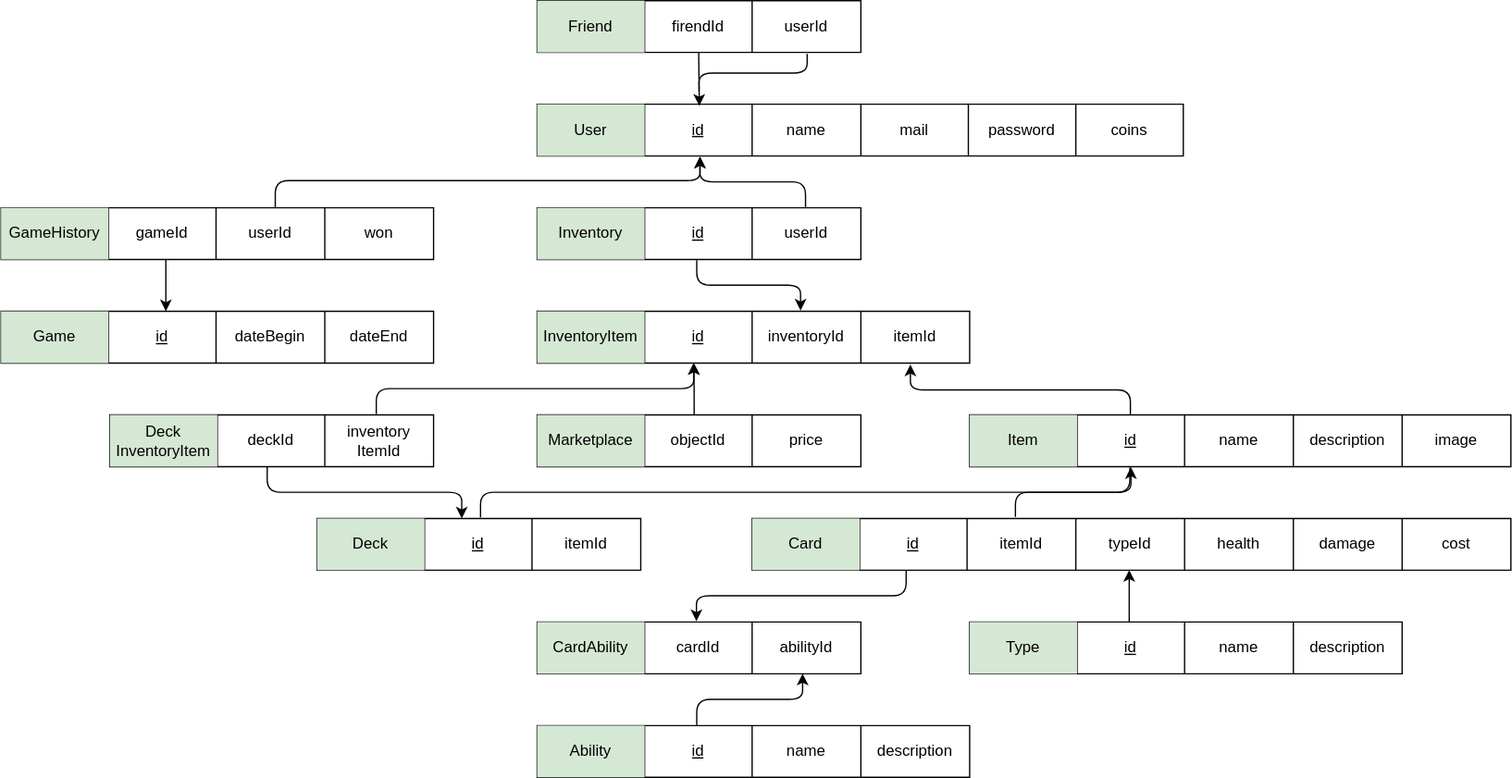
This is diagrams/database/relation_schema.drawio.svg from i3ene/decksterous, a draw.io export, as it was before one commit. Source tidied: cells renumbered, new cells last; positions are measured from the earlier drawing's top-left corner, leaving out a move shared by most shapes.
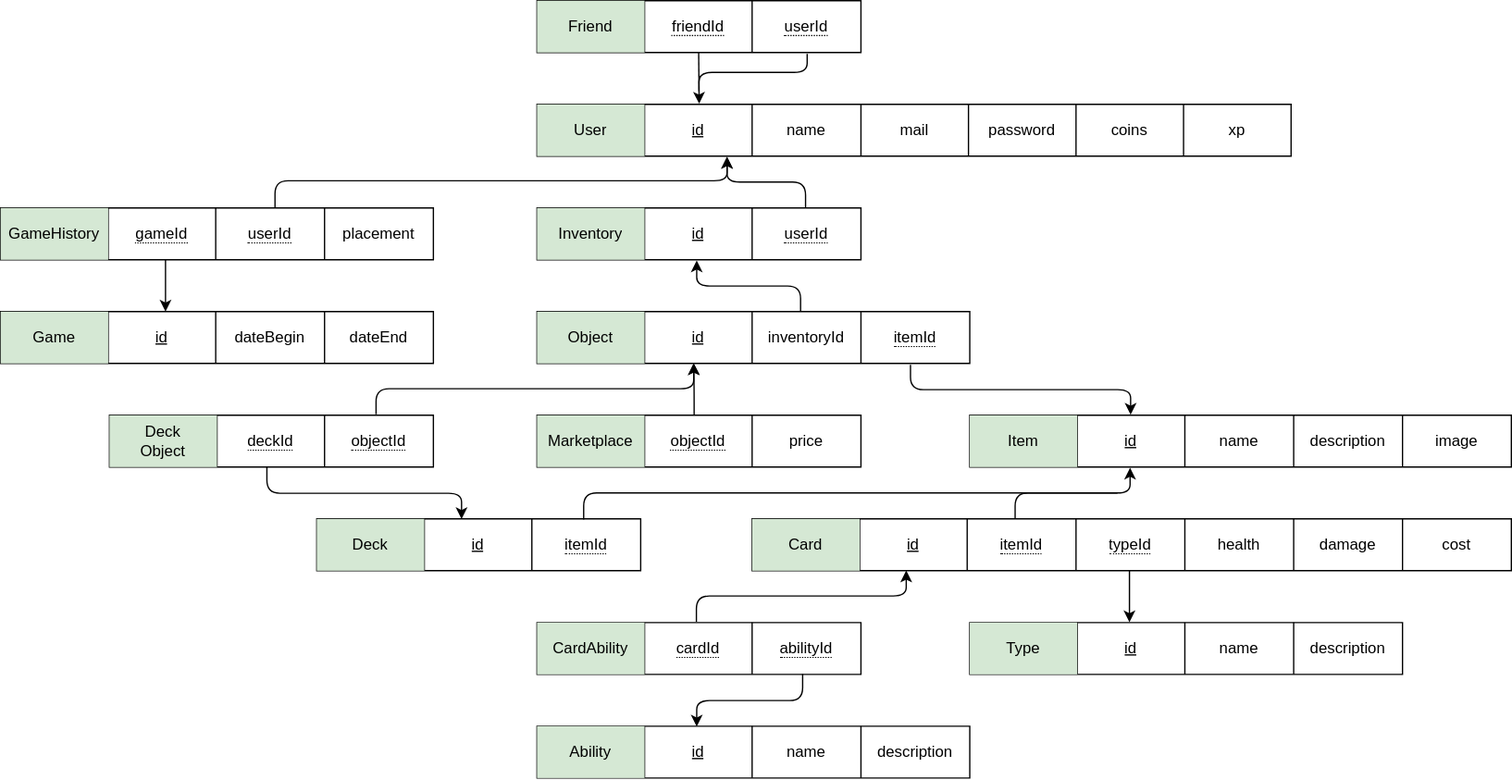
After the commit.

Commit message:
updated EER and Relation Schema

The edit, as a diff of the source:
```diff
@@ -5,6 +5,6 @@
     <mxCell id="2" style="shape=table;html=1;whiteSpace=wrap;startSize=0;" parent="1" vertex="1">
-      <mxGeometry x="414" y="80" width="499" height="40" as="geometry" />
+      <mxGeometry x="414" y="80" width="582" height="40" as="geometry" />
     </mxCell>
     <mxCell id="3" style="shape=tableRow;horizontal=0;startSize=0;swimlaneHead=0;swimlaneBody=0;top=0;left=0;bottom=0;right=0;fillColor=none;points=[[0,0.5],[1,0.5]];portConstraint=eastwest;" parent="2" vertex="1">
-      <mxGeometry width="499" height="40" as="geometry" />
+      <mxGeometry width="582" height="40" as="geometry" />
     </mxCell>
@@ -28,2 +28,5 @@
     </mxCell>
+    <mxCell id="101" value="xp" style="shape=partialRectangle;html=1;whiteSpace=wrap;fillColor=none;top=0;left=0;bottom=0;right=0;overflow=hidden;" parent="3" vertex="1">
+      <mxGeometry x="499" width="83" height="40" as="geometry" />
+    </mxCell>
     <mxCell id="10" style="shape=table;html=1;whiteSpace=wrap;startSize=0;" parent="1" vertex="1">
@@ -40,3 +43,3 @@
     </mxCell>
-    <mxCell id="14" value="userId" style="shape=partialRectangle;html=1;whiteSpace=wrap;fillColor=none;top=0;left=0;bottom=0;right=0;overflow=hidden;" parent="11" vertex="1">
+    <mxCell id="14" value="&lt;span style=&quot;border-bottom: 1px dotted&quot;&gt;userId&lt;/span&gt;" style="shape=partialRectangle;html=1;whiteSpace=wrap;fillColor=none;top=0;left=0;bottom=0;right=0;overflow=hidden;" parent="11" vertex="1">
       <mxGeometry x="166" width="84" height="40" as="geometry" />
@@ -59,9 +62,9 @@
     </mxCell>
-    <mxCell id="19" value="firendId" style="shape=partialRectangle;html=1;whiteSpace=wrap;fillColor=none;top=0;left=0;bottom=0;right=0;overflow=hidden;" parent="17" vertex="1">
+    <mxCell id="19" value="&lt;span style=&quot;border-bottom: 1px dotted&quot;&gt;friendId&lt;/span&gt;" style="shape=partialRectangle;html=1;whiteSpace=wrap;fillColor=none;top=0;left=0;bottom=0;right=0;overflow=hidden;" parent="17" vertex="1">
       <mxGeometry x="83" width="83" height="40" as="geometry" />
     </mxCell>
-    <mxCell id="20" value="userId" style="shape=partialRectangle;html=1;whiteSpace=wrap;fillColor=none;top=0;left=0;bottom=0;right=0;overflow=hidden;" parent="17" vertex="1">
+    <mxCell id="20" value="&lt;span style=&quot;border-bottom: 1px dotted&quot;&gt;userId&lt;/span&gt;" style="shape=partialRectangle;html=1;whiteSpace=wrap;fillColor=none;top=0;left=0;bottom=0;right=0;overflow=hidden;" parent="17" vertex="1">
       <mxGeometry x="166" width="84" height="40" as="geometry" />
     </mxCell>
-    <mxCell id="21" style="endArrow=classic;html=1;entryX=0.251;entryY=0.031;entryDx=0;entryDy=0;entryPerimeter=0;exitX=0.499;exitY=1;exitDx=0;exitDy=0;exitPerimeter=0;" parent="1" edge="1" source="17" target="3">
+    <mxCell id="21" style="endArrow=classic;html=1;entryX=0.215;entryY=-0.013;entryDx=0;entryDy=0;entryPerimeter=0;exitX=0.499;exitY=1;exitDx=0;exitDy=0;exitPerimeter=0;" parent="1" edge="1" source="17" target="3">
       <mxGeometry relative="1" as="geometry" />
@@ -79,3 +82,3 @@
     </mxCell>
-    <mxCell id="25" value="InventoryItem" style="shape=partialRectangle;html=1;whiteSpace=wrap;fillColor=#d5e8d4;top=0;left=0;bottom=0;right=0;overflow=hidden;strokeColor=#82b366;" parent="24" vertex="1">
+    <mxCell id="25" value="Object" style="shape=partialRectangle;html=1;whiteSpace=wrap;fillColor=#d5e8d4;top=0;left=0;bottom=0;right=0;overflow=hidden;strokeColor=#82b366;" parent="24" vertex="1">
       <mxGeometry width="83" height="40" as="geometry" />
@@ -88,6 +91,6 @@
     </mxCell>
-    <mxCell id="28" value="itemId" style="shape=partialRectangle;html=1;whiteSpace=wrap;fillColor=none;top=0;left=0;bottom=0;right=0;overflow=hidden;" parent="24" vertex="1">
+    <mxCell id="28" value="&lt;span style=&quot;border-bottom: 1px dotted&quot;&gt;itemId&lt;/span&gt;" style="shape=partialRectangle;html=1;whiteSpace=wrap;fillColor=none;top=0;left=0;bottom=0;right=0;overflow=hidden;" parent="24" vertex="1">
       <mxGeometry x="250" width="84" height="40" as="geometry" />
     </mxCell>
-    <mxCell id="29" style="endArrow=classic;html=1;exitX=0.493;exitY=1.013;exitDx=0;exitDy=0;exitPerimeter=0;entryX=0.609;entryY=-0.014;entryDx=0;entryDy=0;entryPerimeter=0;edgeStyle=elbowEdgeStyle;elbow=vertical;" parent="1" edge="1" source="11" target="24">
+    <mxCell id="29" style="endArrow=none;html=1;exitX=0.493;exitY=1.013;exitDx=0;exitDy=0;exitPerimeter=0;entryX=0.609;entryY=-0.014;entryDx=0;entryDy=0;entryPerimeter=0;edgeStyle=elbowEdgeStyle;elbow=vertical;startArrow=classic;startFill=1;endFill=0;" parent="1" edge="1" source="11" target="24">
       <mxGeometry relative="1" as="geometry" />
@@ -115,3 +118,3 @@
     </mxCell>
-    <mxCell id="37" style="endArrow=classic;html=1;entryX=0.863;entryY=1.027;entryDx=0;entryDy=0;entryPerimeter=0;exitX=0.297;exitY=-0.01;exitDx=0;exitDy=0;exitPerimeter=0;edgeStyle=elbowEdgeStyle;elbow=vertical;" parent="1" edge="1" source="31" target="24">
+    <mxCell id="37" style="endArrow=none;html=1;entryX=0.863;entryY=1.027;entryDx=0;entryDy=0;entryPerimeter=0;exitX=0.297;exitY=-0.01;exitDx=0;exitDy=0;exitPerimeter=0;edgeStyle=elbowEdgeStyle;elbow=vertical;startArrow=classic;startFill=1;endFill=0;" parent="1" edge="1" source="31" target="24">
       <mxGeometry relative="1" as="geometry" />
@@ -130,6 +133,6 @@
     </mxCell>
-    <mxCell id="42" value="itemId" style="shape=partialRectangle;html=1;whiteSpace=wrap;fillColor=none;top=0;left=0;bottom=0;right=0;overflow=hidden;" parent="39" vertex="1">
+    <mxCell id="42" value="&lt;span style=&quot;border-bottom: 1px dotted&quot;&gt;itemId&lt;/span&gt;" style="shape=partialRectangle;html=1;whiteSpace=wrap;fillColor=none;top=0;left=0;bottom=0;right=0;overflow=hidden;" parent="39" vertex="1">
       <mxGeometry x="166" width="84" height="40" as="geometry" />
     </mxCell>
-    <mxCell id="43" value="typeId" style="shape=partialRectangle;html=1;whiteSpace=wrap;fillColor=none;top=0;left=0;bottom=0;right=0;overflow=hidden;" parent="39" vertex="1">
+    <mxCell id="43" value="&lt;span style=&quot;border-bottom: 1px dotted&quot;&gt;typeId&lt;/span&gt;" style="shape=partialRectangle;html=1;whiteSpace=wrap;fillColor=none;top=0;left=0;bottom=0;right=0;overflow=hidden;" parent="39" vertex="1">
       <mxGeometry x="250" width="84" height="40" as="geometry" />
@@ -145,4 +148,10 @@
     </mxCell>
-    <mxCell id="47" style="endArrow=classic;html=1;entryX=0.298;entryY=1.009;entryDx=0;entryDy=0;entryPerimeter=0;exitX=0.347;exitY=-0.028;exitDx=0;exitDy=0;exitPerimeter=0;edgeStyle=elbowEdgeStyle;elbow=vertical;" parent="1" edge="1" source="39" target="31">
-      <mxGeometry relative="1" as="geometry" />
+    <mxCell id="47" style="endArrow=none;html=1;edgeStyle=elbowEdgeStyle;elbow=vertical;endFill=0;" parent="1" edge="1">
+      <mxGeometry relative="1" as="geometry">
+        <mxPoint x="783" y="400" as="sourcePoint" />
+        <mxPoint x="862" y="380" as="targetPoint" />
+        <Array as="points">
+          <mxPoint x="814" y="380" />
+        </Array>
+      </mxGeometry>
     </mxCell>
@@ -160,7 +169,11 @@
     </mxCell>
-    <mxCell id="52" value="itemId" style="shape=partialRectangle;html=1;whiteSpace=wrap;fillColor=none;top=0;left=0;bottom=0;right=0;overflow=hidden;" parent="49" vertex="1">
+    <mxCell id="52" value="&lt;span style=&quot;border-bottom: 1px dotted&quot;&gt;itemId&lt;/span&gt;" style="shape=partialRectangle;html=1;whiteSpace=wrap;fillColor=none;top=0;left=0;bottom=0;right=0;overflow=hidden;" parent="49" vertex="1">
       <mxGeometry x="166" width="84" height="40" as="geometry" />
     </mxCell>
-    <mxCell id="53" style="endArrow=none;html=1;exitX=0.505;exitY=-0.022;exitDx=0;exitDy=0;exitPerimeter=0;edgeStyle=elbowEdgeStyle;elbow=vertical;entryX=0.296;entryY=1.013;entryDx=0;entryDy=0;entryPerimeter=0;" parent="1" edge="1" source="49" target="31">
-      <mxGeometry relative="1" as="geometry" />
+    <mxCell id="53" style="endArrow=classic;html=1;exitX=0.824;exitY=0.014;exitDx=0;exitDy=0;exitPerimeter=0;edgeStyle=elbowEdgeStyle;elbow=vertical;entryX=0.296;entryY=1.013;entryDx=0;entryDy=0;entryPerimeter=0;endFill=1;" parent="1" edge="1" source="48" target="31">
+      <mxGeometry relative="1" as="geometry">
+        <Array as="points">
+          <mxPoint x="804" y="380" />
+        </Array>
+      </mxGeometry>
     </mxCell>
@@ -172,9 +185,9 @@
     </mxCell>
-    <mxCell id="56" value="Deck&lt;br&gt;InventoryItem" style="shape=partialRectangle;html=1;whiteSpace=wrap;fillColor=#d5e8d4;top=0;left=0;bottom=0;right=0;overflow=hidden;strokeColor=#82b366;" parent="55" vertex="1">
+    <mxCell id="56" value="Deck&lt;br&gt;Object" style="shape=partialRectangle;html=1;whiteSpace=wrap;fillColor=#d5e8d4;top=0;left=0;bottom=0;right=0;overflow=hidden;strokeColor=#82b366;" parent="55" vertex="1">
       <mxGeometry width="83" height="40" as="geometry" />
     </mxCell>
-    <mxCell id="57" value="deckId" style="shape=partialRectangle;html=1;whiteSpace=wrap;fillColor=none;top=0;left=0;bottom=0;right=0;overflow=hidden;" parent="55" vertex="1">
+    <mxCell id="57" value="&lt;span style=&quot;border-bottom: 1px dotted&quot;&gt;deckId&lt;/span&gt;" style="shape=partialRectangle;html=1;whiteSpace=wrap;fillColor=none;top=0;left=0;bottom=0;right=0;overflow=hidden;" parent="55" vertex="1">
       <mxGeometry x="83" width="83" height="40" as="geometry" />
     </mxCell>
-    <mxCell id="58" value="inventory&lt;br&gt;ItemId" style="shape=partialRectangle;html=1;whiteSpace=wrap;fillColor=none;top=0;left=0;bottom=0;right=0;overflow=hidden;" parent="55" vertex="1">
+    <mxCell id="58" value="&lt;span style=&quot;border-bottom: 1px dotted&quot;&gt;objectId&lt;/span&gt;" style="shape=partialRectangle;html=1;whiteSpace=wrap;fillColor=none;top=0;left=0;bottom=0;right=0;overflow=hidden;" parent="55" vertex="1">
       <mxGeometry x="166" width="84" height="40" as="geometry" />
@@ -205,3 +218,3 @@
     </mxCell>
-    <mxCell id="67" style="endArrow=classic;html=1;elbow=vertical;entryX=0.497;entryY=0.996;entryDx=0;entryDy=0;entryPerimeter=0;exitX=0.369;exitY=-0.007;exitDx=0;exitDy=0;exitPerimeter=0;" parent="1" edge="1" source="62" target="39">
+    <mxCell id="67" style="endArrow=none;html=1;elbow=vertical;entryX=0.497;entryY=0.996;entryDx=0;entryDy=0;entryPerimeter=0;exitX=0.369;exitY=-0.007;exitDx=0;exitDy=0;exitPerimeter=0;endFill=0;startArrow=classic;startFill=1;" parent="1" edge="1" source="62" target="39">
       <mxGeometry relative="1" as="geometry" />
@@ -217,6 +230,6 @@
     </mxCell>
-    <mxCell id="71" value="&lt;span&gt;cardId&lt;/span&gt;" style="shape=partialRectangle;html=1;whiteSpace=wrap;fillColor=none;top=0;left=0;bottom=0;right=0;overflow=hidden;fontStyle=0;" parent="69" vertex="1">
+    <mxCell id="71" value="&lt;span style=&quot;border-bottom: 1px dotted&quot;&gt;cardId&lt;/span&gt;" style="shape=partialRectangle;html=1;whiteSpace=wrap;fillColor=none;top=0;left=0;bottom=0;right=0;overflow=hidden;fontStyle=0;" parent="69" vertex="1">
       <mxGeometry x="83" width="83" height="40" as="geometry" />
     </mxCell>
-    <mxCell id="72" value="abilityId" style="shape=partialRectangle;html=1;whiteSpace=wrap;fillColor=none;top=0;left=0;bottom=0;right=0;overflow=hidden;" parent="69" vertex="1">
+    <mxCell id="72" value="&lt;span style=&quot;border-bottom: 1px dotted&quot;&gt;abilityId&lt;/span&gt;" style="shape=partialRectangle;html=1;whiteSpace=wrap;fillColor=none;top=0;left=0;bottom=0;right=0;overflow=hidden;" parent="69" vertex="1">
       <mxGeometry x="166" width="84" height="40" as="geometry" />
@@ -241,6 +254,6 @@
     </mxCell>
-    <mxCell id="79" style="endArrow=classic;html=1;elbow=vertical;entryX=0.82;entryY=0.996;entryDx=0;entryDy=0;entryPerimeter=0;exitX=0.369;exitY=0.007;exitDx=0;exitDy=0;exitPerimeter=0;edgeStyle=elbowEdgeStyle;" parent="1" edge="1" source="74" target="69">
+    <mxCell id="79" style="endArrow=none;html=1;elbow=vertical;entryX=0.82;entryY=0.996;entryDx=0;entryDy=0;entryPerimeter=0;exitX=0.369;exitY=0.007;exitDx=0;exitDy=0;exitPerimeter=0;edgeStyle=elbowEdgeStyle;endFill=0;startArrow=classic;startFill=1;" parent="1" edge="1" source="74" target="69">
       <mxGeometry relative="1" as="geometry" />
     </mxCell>
-    <mxCell id="80" style="endArrow=classic;html=1;elbow=vertical;entryX=0.492;entryY=-0.016;entryDx=0;entryDy=0;entryPerimeter=0;exitX=0.203;exitY=0.996;exitDx=0;exitDy=0;exitPerimeter=0;edgeStyle=elbowEdgeStyle;" parent="1" edge="1" source="39" target="69">
+    <mxCell id="80" style="endArrow=none;html=1;elbow=vertical;entryX=0.492;entryY=-0.016;entryDx=0;entryDy=0;entryPerimeter=0;exitX=0.203;exitY=0.996;exitDx=0;exitDy=0;exitPerimeter=0;edgeStyle=elbowEdgeStyle;startArrow=classic;startFill=1;endFill=0;" parent="1" edge="1" source="39" target="69">
       <mxGeometry relative="1" as="geometry" />
@@ -256,3 +269,3 @@
     </mxCell>
-    <mxCell id="84" value="objectId" style="shape=partialRectangle;html=1;whiteSpace=wrap;fillColor=none;top=0;left=0;bottom=0;right=0;overflow=hidden;" parent="82" vertex="1">
+    <mxCell id="84" value="&lt;span style=&quot;border-bottom: 1px dotted&quot;&gt;objectId&lt;/span&gt;" style="shape=partialRectangle;html=1;whiteSpace=wrap;fillColor=none;top=0;left=0;bottom=0;right=0;overflow=hidden;" parent="82" vertex="1">
       <mxGeometry x="83" width="83" height="40" as="geometry" />
@@ -292,9 +305,9 @@
     </mxCell>
-    <mxCell id="96" value="gameId" style="shape=partialRectangle;html=1;whiteSpace=wrap;fillColor=none;top=0;left=0;bottom=0;right=0;overflow=hidden;" parent="94" vertex="1">
+    <mxCell id="96" value="&lt;span style=&quot;border-bottom: 1px dotted&quot;&gt;gameId&lt;/span&gt;" style="shape=partialRectangle;html=1;whiteSpace=wrap;fillColor=none;top=0;left=0;bottom=0;right=0;overflow=hidden;" parent="94" vertex="1">
       <mxGeometry x="83" width="83" height="40" as="geometry" />
     </mxCell>
-    <mxCell id="97" value="userId" style="shape=partialRectangle;html=1;whiteSpace=wrap;fillColor=none;top=0;left=0;bottom=0;right=0;overflow=hidden;" parent="94" vertex="1">
+    <mxCell id="97" value="&lt;span style=&quot;border-bottom: 1px dotted&quot;&gt;userId&lt;/span&gt;" style="shape=partialRectangle;html=1;whiteSpace=wrap;fillColor=none;top=0;left=0;bottom=0;right=0;overflow=hidden;" parent="94" vertex="1">
       <mxGeometry x="166" width="84" height="40" as="geometry" />
     </mxCell>
-    <mxCell id="98" value="won" style="shape=partialRectangle;html=1;whiteSpace=wrap;fillColor=none;top=0;left=0;bottom=0;right=0;overflow=hidden;" parent="94" vertex="1">
+    <mxCell id="98" value="placement" style="shape=partialRectangle;html=1;whiteSpace=wrap;fillColor=none;top=0;left=0;bottom=0;right=0;overflow=hidden;" parent="94" vertex="1">
       <mxGeometry x="250" width="84" height="40" as="geometry" />
```
